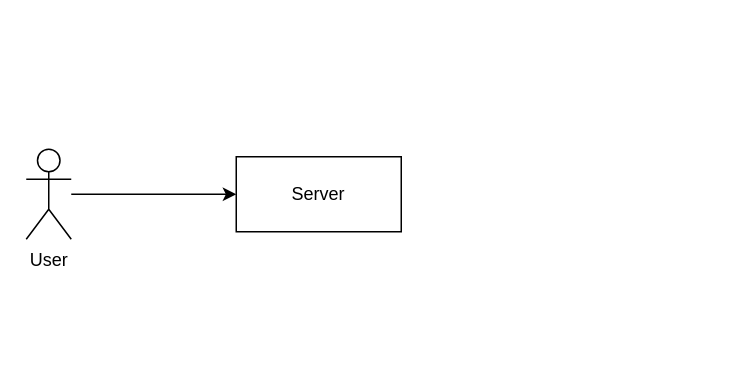
Earlier version of the draw.io diagram project-manager.drawio (ervette/systemathic-design). Source tidied: cells renumbered, new cells numbered last; positions are measured from the earlier drawing's top-left corner, leaving out a move shared by most shapes. Both pictures are drawn from the tidied source at 150%, with x=0, y=0 at pixel (26, 148).
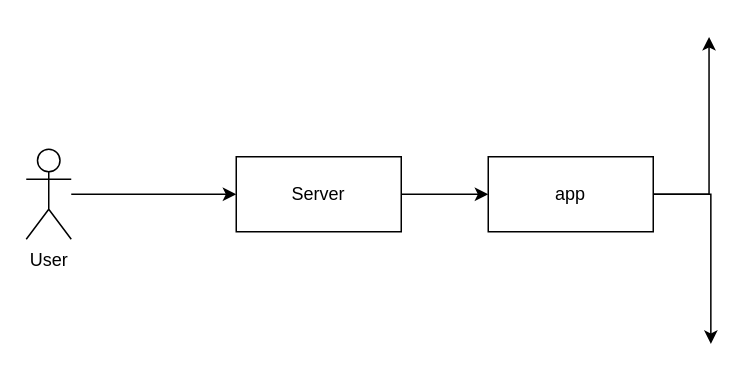
The same page after the edit.

The edit, as a diff of the source:
```diff
@@
 <mxGraphModel>
   <root>
     <mxCell id="0" />
     <mxCell id="1" parent="0" />
     <mxCell id="2" style="edgeStyle=orthogonalEdgeStyle;rounded=0;jettySize=auto;html=1;entryX=0;entryY=0.5;entryDx=0;entryDy=0;" parent="1" edge="1" source="3" target="4">
       <mxGeometry relative="1" as="geometry" />
     </mxCell>
     <mxCell id="3" value="User" style="shape=umlActor;verticalLabelPosition=bottom;verticalAlign=top;html=1;" parent="1" vertex="1">
       <mxGeometry width="30" height="60" as="geometry" />
     </mxCell>
+    <mxCell id="5" style="edgeStyle=orthogonalEdgeStyle;rounded=0;jettySize=auto;html=1;entryX=0;entryY=0.5;entryDx=0;entryDy=0;" parent="1" edge="1" source="4" target="8">
+      <mxGeometry relative="1" as="geometry" />
+    </mxCell>
     <mxCell id="4" value="Server" style="html=1;whiteSpace=wrap;" parent="1" vertex="1">
       <mxGeometry x="140" y="5" width="110" height="50" as="geometry" />
     </mxCell>
+    <mxCell id="6" style="edgeStyle=orthogonalEdgeStyle;rounded=0;jettySize=auto;html=1;" parent="1" edge="1" source="8">
+      <mxGeometry relative="1" as="geometry">
+        <mxPoint x="455.2" y="-74.9" as="targetPoint" />
+        <Array as="points">
+          <mxPoint x="456" y="30" />
+          <mxPoint x="456" y="-75" />
+        </Array>
+      </mxGeometry>
+    </mxCell>
+    <mxCell id="7" style="edgeStyle=orthogonalEdgeStyle;rounded=0;jettySize=auto;html=1;" parent="1" edge="1" source="8">
+      <mxGeometry relative="1" as="geometry">
+        <mxPoint x="456.4" y="129.8" as="targetPoint" />
+        <Array as="points">
+          <mxPoint x="456" y="30" />
+          <mxPoint x="456" y="130" />
+        </Array>
+      </mxGeometry>
+    </mxCell>
+    <mxCell id="8" value="app" style="html=1;whiteSpace=wrap;" parent="1" vertex="1">
+      <mxGeometry x="308" y="5" width="110" height="50" as="geometry" />
+    </mxCell>
   </root>
 </mxGraphModel>
```
